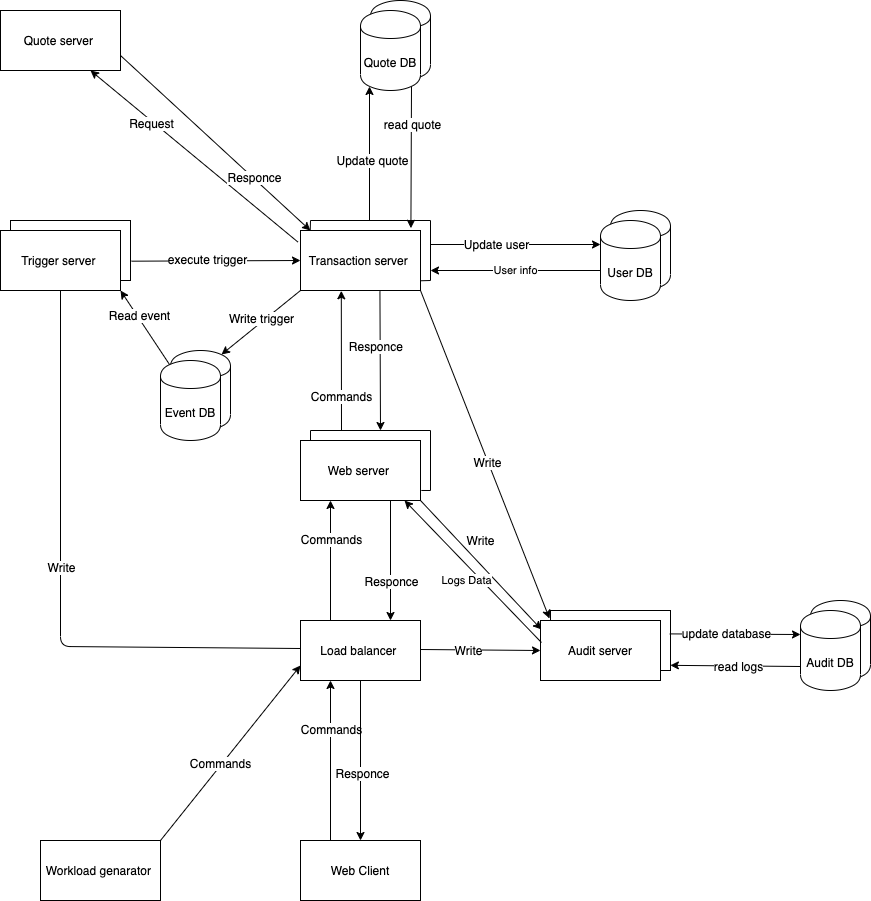
Before: architecture.png, a diagram exported from draw.io (webclinic017/Stock_trader-1). Source tidied: cells renumbered, new cells last; positions are measured from the earlier drawing's top-left corner, leaving out a move shared by most shapes.
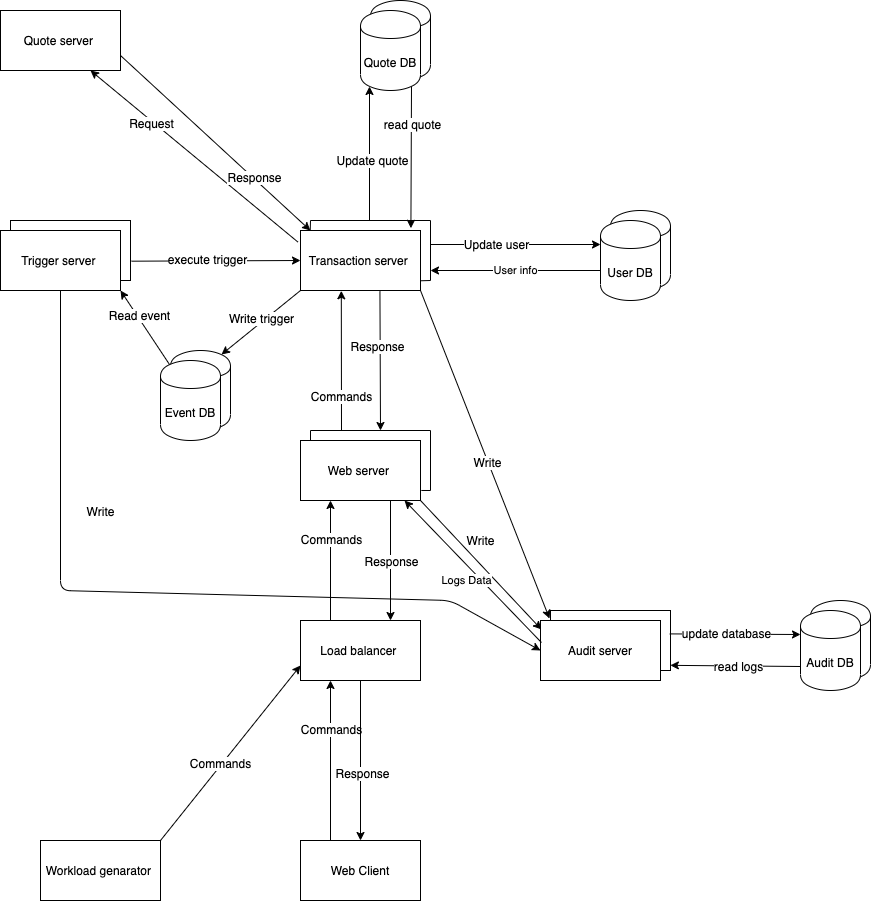
The same file after the commit.

Commit message:
fixed spelling mistake and arrow mistake in architecture diagram

Diff of the diagram source:
```diff
@@ -8,16 +8,14 @@
     <mxCell id="3" style="endArrow=classic;html=1;exitX=0.5;exitY=1;exitDx=0;exitDy=0;entryX=0;entryY=0.5;entryDx=0;entryDy=0;" parent="1" edge="1" source="37" target="16">
       <mxGeometry relative="1" as="geometry">
         <Array as="points">
-          <mxPoint x="60" y="646" />
+          <mxPoint x="60" y="590" />
+          <mxPoint x="450" y="600" />
         </Array>
       </mxGeometry>
     </mxCell>
     <mxCell id="4" value="Write" style="text;html=1;align=center;verticalAlign=middle;labelBackgroundColor=#ffffff;" parent="3" vertex="1">
       <mxGeometry x="-0.15" y="80" relative="1" as="geometry" />
     </mxCell>
-    <mxCell id="5" value="Write" style="text;html=1;align=center;verticalAlign=middle;labelBackgroundColor=#ffffff;" parent="3" vertex="1">
-      <mxGeometry x="0.83" relative="1" as="geometry" />
-    </mxCell>
     <mxCell id="6" value="Web Client" style="rounded=0;whiteSpace=wrap;html=1;" parent="1" vertex="1">
       <mxGeometry x="300" y="840" width="120" height="60" as="geometry" />
     </mxCell>
@@ -65,7 +63,7 @@
     <mxCell id="20" style="endArrow=classic;html=1;entryX=0.5;entryY=0;entryDx=0;entryDy=0;exitX=0.5;exitY=1;exitDx=0;exitDy=0;" parent="1" edge="1" source="7" target="6">
       <mxGeometry relative="1" as="geometry" />
     </mxCell>
-    <mxCell id="21" value="Responce" style="text;html=1;align=center;verticalAlign=middle;labelBackgroundColor=#ffffff;" parent="20" vertex="1">
+    <mxCell id="21" value="Response" style="text;html=1;align=center;verticalAlign=middle;labelBackgroundColor=#ffffff;" parent="20" vertex="1">
       <mxGeometry x="0.15" y="1" relative="1" as="geometry" />
     </mxCell>
     <mxCell id="22" style="endArrow=classic;html=1;entryX=0;entryY=0.75;entryDx=0;entryDy=0;exitX=1;exitY=0;exitDx=0;exitDy=0;" parent="1" edge="1" source="11" target="7">
@@ -168,7 +166,7 @@
         <mxPoint x="380" y="430" as="targetPoint" />
       </mxGeometry>
     </mxCell>
-    <mxCell id="47" value="Responce&amp;nbsp;" style="text;html=1;align=center;verticalAlign=middle;labelBackgroundColor=#ffffff;" parent="46" vertex="1">
+    <mxCell id="47" value="Response" style="text;html=1;align=center;verticalAlign=middle;labelBackgroundColor=#ffffff;" parent="46" vertex="1">
       <mxGeometry x="-0.22" y="-3" relative="1" as="geometry" />
     </mxCell>
     <mxCell id="48" style="endArrow=classic;html=1;exitX=0.25;exitY=0;exitDx=0;exitDy=0;entryX=0.25;entryY=1;entryDx=0;entryDy=0;" parent="1" edge="1" source="7" target="8">
@@ -180,8 +178,10 @@
     <mxCell id="50" style="endArrow=classic;html=1;entryX=0.75;entryY=0;entryDx=0;entryDy=0;exitX=0.75;exitY=1;exitDx=0;exitDy=0;" parent="1" edge="1" source="8" target="7">
       <mxGeometry relative="1" as="geometry" />
     </mxCell>
-    <mxCell id="51" value="Responce" style="text;html=1;align=center;verticalAlign=middle;labelBackgroundColor=#ffffff;" parent="50" vertex="1">
-      <mxGeometry x="0.33" relative="1" as="geometry" />
+    <mxCell id="51" value="Response" style="text;html=1;align=center;verticalAlign=middle;labelBackgroundColor=#ffffff;" parent="50" vertex="1">
+      <mxGeometry x="0.33" relative="1" as="geometry">
+        <mxPoint y="-20" as="offset" />
+      </mxGeometry>
     </mxCell>
     <mxCell id="52" style="endArrow=classic;html=1;entryX=0;entryY=0.3;entryDx=0;entryDy=0;" parent="1" edge="1" target="33">
       <mxGeometry relative="1" as="geometry">
@@ -243,7 +243,7 @@
     <mxCell id="69" style="endArrow=classic;html=1;exitX=1;exitY=0.75;exitDx=0;exitDy=0;entryX=0.082;entryY=0;entryDx=0;entryDy=0;entryPerimeter=0;" parent="1" edge="1" source="10" target="9">
       <mxGeometry relative="1" as="geometry" />
     </mxCell>
-    <mxCell id="70" value="Responce" style="text;html=1;align=center;verticalAlign=middle;labelBackgroundColor=#ffffff;" parent="69" vertex="1">
+    <mxCell id="70" value="Response" style="text;html=1;align=center;verticalAlign=middle;labelBackgroundColor=#ffffff;" parent="69" vertex="1">
       <mxGeometry x="0.4" y="1" relative="1" as="geometry" />
     </mxCell>
   </root>
```
